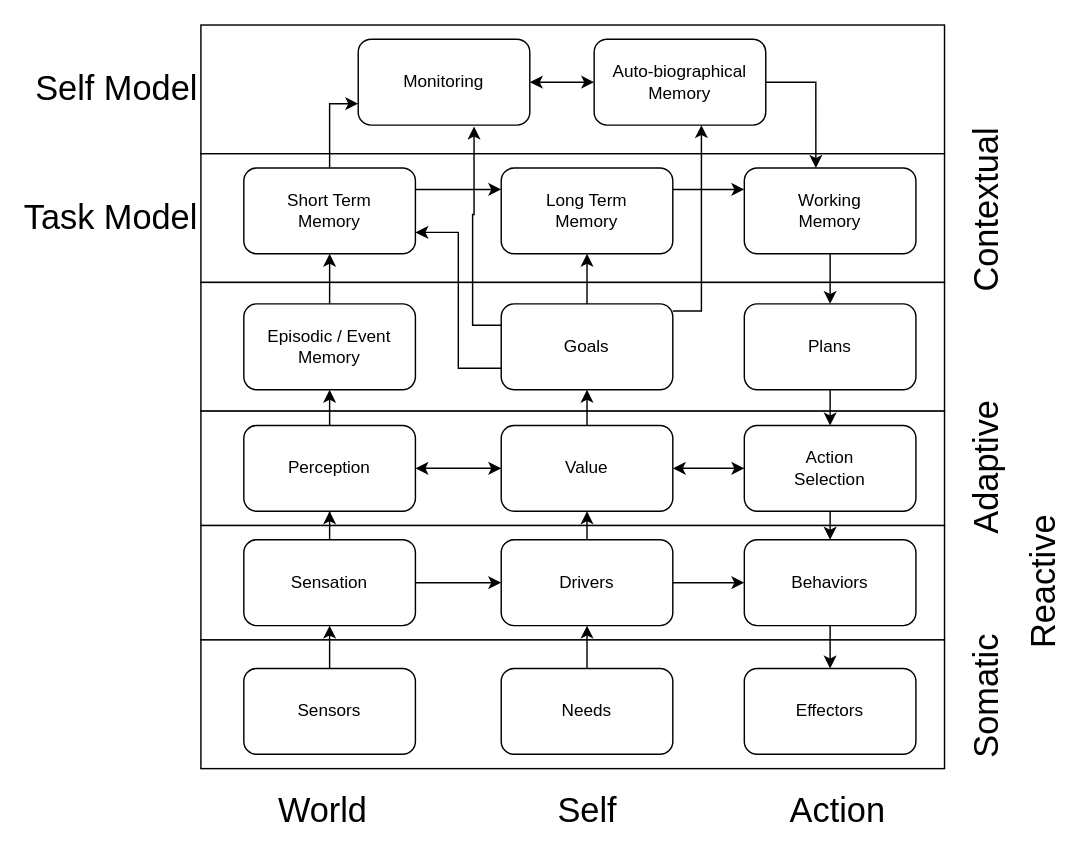
Above: distributedadaptivecontrol.drawio in codeaudit/1 (draw.io), before the change. Source tidied: cells renumbered, new cells numbered last; positions are measured from the earlier drawing's top-left corner, leaving out a move shared by most shapes. Both pictures are drawn from the tidied source at 143%, with x=0, y=0 at pixel (200, 24).
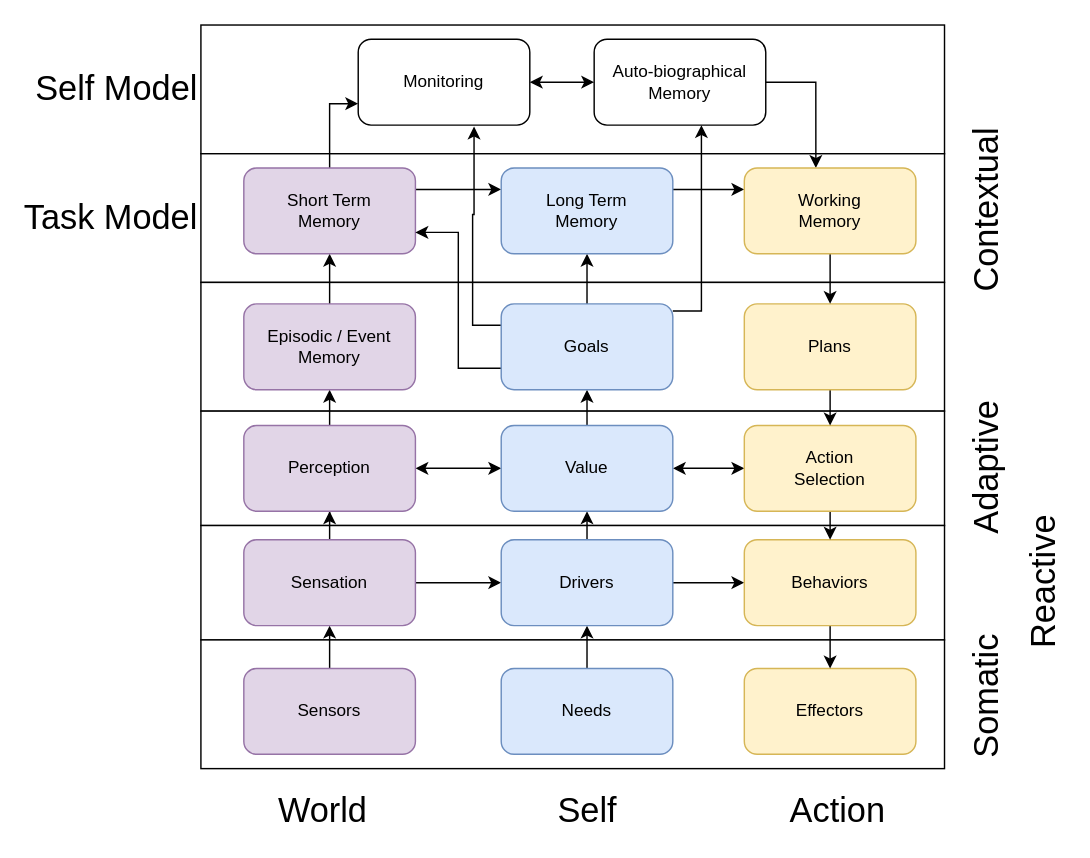
The same page after the edit.

Diff of the diagram source:
```diff
@@
-    <mxCell id="9" value="Sensors" style="rounded=1;whiteSpace=wrap;html=1;" parent="1" vertex="1">
+    <mxCell id="9" value="Sensors" style="rounded=1;whiteSpace=wrap;html=1;fillColor=#e1d5e7;strokeColor=#9673a6;" parent="1" vertex="1">
       <mxGeometry x="30" y="450" width="120" height="60" as="geometry" />
     </mxCell>
@@
-    <mxCell id="12" value="Sensation" style="rounded=1;whiteSpace=wrap;html=1;" parent="1" vertex="1">
+    <mxCell id="12" value="Sensation" style="rounded=1;whiteSpace=wrap;html=1;fillColor=#e1d5e7;strokeColor=#9673a6;" parent="1" vertex="1">
       <mxGeometry x="30" y="360" width="120" height="60" as="geometry" />
     </mxCell>
@@
-    <mxCell id="15" value="Perception" style="rounded=1;whiteSpace=wrap;html=1;" parent="1" vertex="1">
+    <mxCell id="15" value="Perception" style="rounded=1;whiteSpace=wrap;html=1;fillColor=#e1d5e7;strokeColor=#9673a6;" parent="1" vertex="1">
       <mxGeometry x="30" y="280" width="120" height="60" as="geometry" />
     </mxCell>
@@
-    <mxCell id="17" value="Episodic / Event&lt;br&gt;Memory" style="rounded=1;whiteSpace=wrap;html=1;" parent="1" vertex="1">
+    <mxCell id="17" value="Episodic / Event&lt;br&gt;Memory" style="rounded=1;whiteSpace=wrap;html=1;fillColor=#e1d5e7;strokeColor=#9673a6;" parent="1" vertex="1">
       <mxGeometry x="30" y="195" width="120" height="60" as="geometry" />
     </mxCell>
@@
-    <mxCell id="20" value="Short Term&lt;br&gt;Memory" style="rounded=1;whiteSpace=wrap;html=1;" parent="1" vertex="1">
+    <mxCell id="20" value="Short Term&lt;br&gt;Memory" style="rounded=1;whiteSpace=wrap;html=1;fillColor=#e1d5e7;strokeColor=#9673a6;" parent="1" vertex="1">
       <mxGeometry x="30" y="100" width="120" height="60" as="geometry" />
     </mxCell>
@@
-    <mxCell id="26" value="Needs" style="rounded=1;whiteSpace=wrap;html=1;" parent="1" vertex="1">
+    <mxCell id="26" value="Needs" style="rounded=1;whiteSpace=wrap;html=1;fillColor=#dae8fc;strokeColor=#6c8ebf;" parent="1" vertex="1">
       <mxGeometry x="210" y="450" width="120" height="60" as="geometry" />
     </mxCell>
@@
-    <mxCell id="29" value="Drivers" style="rounded=1;whiteSpace=wrap;html=1;" parent="1" vertex="1">
+    <mxCell id="29" value="Drivers" style="rounded=1;whiteSpace=wrap;html=1;fillColor=#dae8fc;strokeColor=#6c8ebf;" parent="1" vertex="1">
       <mxGeometry x="210" y="360" width="120" height="60" as="geometry" />
     </mxCell>
@@
-    <mxCell id="32" value="Value" style="rounded=1;whiteSpace=wrap;html=1;" parent="1" vertex="1">
+    <mxCell id="32" value="Value" style="rounded=1;whiteSpace=wrap;html=1;fillColor=#dae8fc;strokeColor=#6c8ebf;" parent="1" vertex="1">
       <mxGeometry x="210" y="280" width="120" height="60" as="geometry" />
     </mxCell>
@@
-    <mxCell id="37" value="Goals" style="rounded=1;whiteSpace=wrap;html=1;" parent="1" vertex="1">
+    <mxCell id="37" value="Goals" style="rounded=1;whiteSpace=wrap;html=1;fillColor=#dae8fc;strokeColor=#6c8ebf;" parent="1" vertex="1">
       <mxGeometry x="210" y="195" width="120" height="60" as="geometry" />
     </mxCell>
@@
-    <mxCell id="39" value="Long Term&lt;br&gt;Memory" style="rounded=1;whiteSpace=wrap;html=1;" parent="1" vertex="1">
+    <mxCell id="39" value="Long Term&lt;br&gt;Memory" style="rounded=1;whiteSpace=wrap;html=1;fillColor=#dae8fc;strokeColor=#6c8ebf;" parent="1" vertex="1">
       <mxGeometry x="210" y="100" width="120" height="60" as="geometry" />
     </mxCell>
-    <mxCell id="40" value="Effectors" style="rounded=1;whiteSpace=wrap;html=1;" parent="1" vertex="1">
+    <mxCell id="40" value="Effectors" style="rounded=1;whiteSpace=wrap;html=1;fillColor=#fff2cc;strokeColor=#d6b656;" parent="1" vertex="1">
       <mxGeometry x="380" y="450" width="120" height="60" as="geometry" />
     </mxCell>
@@
-    <mxCell id="42" value="Behaviors" style="rounded=1;whiteSpace=wrap;html=1;" parent="1" vertex="1">
+    <mxCell id="42" value="Behaviors" style="rounded=1;whiteSpace=wrap;html=1;fillColor=#fff2cc;strokeColor=#d6b656;" parent="1" vertex="1">
       <mxGeometry x="380" y="360" width="120" height="60" as="geometry" />
     </mxCell>
@@
-    <mxCell id="44" value="Action&lt;br&gt;Selection" style="rounded=1;whiteSpace=wrap;html=1;" parent="1" vertex="1">
+    <mxCell id="44" value="Action&lt;br&gt;Selection" style="rounded=1;whiteSpace=wrap;html=1;fillColor=#fff2cc;strokeColor=#d6b656;" parent="1" vertex="1">
       <mxGeometry x="380" y="280" width="120" height="60" as="geometry" />
     </mxCell>
@@
-    <mxCell id="46" value="Plans" style="rounded=1;whiteSpace=wrap;html=1;" parent="1" vertex="1">
+    <mxCell id="46" value="Plans" style="rounded=1;whiteSpace=wrap;html=1;fillColor=#fff2cc;strokeColor=#d6b656;" parent="1" vertex="1">
       <mxGeometry x="380" y="195" width="120" height="60" as="geometry" />
     </mxCell>
@@
-    <mxCell id="48" value="Working&lt;br&gt;Memory" style="rounded=1;whiteSpace=wrap;html=1;" parent="1" vertex="1">
+    <mxCell id="48" value="Working&lt;br&gt;Memory" style="rounded=1;whiteSpace=wrap;html=1;fillColor=#fff2cc;strokeColor=#d6b656;" parent="1" vertex="1">
       <mxGeometry x="380" y="100" width="120" height="60" as="geometry" />
     </mxCell>
```
